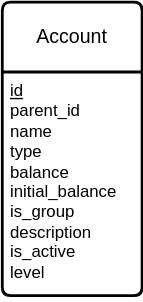
Above: docs/db.drawio.svg in rafinax48/duweet (draw.io), before the change. Source tidied: cells renumbered, new cells last; positions are measured from the earlier drawing's top-left corner, leaving out a move shared by most shapes. Source of this version:
```xml
<mxGraphModel>
  <root>
    <mxCell id="0" />
    <mxCell id="1" parent="0" />
    <mxCell id="2" value="Account" style="swimlane;horizontal=1;startSize=50;rounded=1;fontSize=14;fontStyle=0;strokeWidth=2;shadow=0;dashed=0;align=center;arcSize=4;whiteSpace=wrap;html=1;" parent="1" vertex="1">
      <mxGeometry width="100" height="210" as="geometry" />
    </mxCell>
    <mxCell id="3" value="&lt;u&gt;id&lt;/u&gt;&lt;br&gt;parent_id&lt;br&gt;name&lt;div&gt;type&lt;/div&gt;&lt;div&gt;balance&lt;/div&gt;&lt;div&gt;initial_balance&lt;/div&gt;&lt;div&gt;is_group&lt;/div&gt;&lt;div&gt;description&lt;/div&gt;&lt;div&gt;is_active&lt;/div&gt;&lt;div&gt;level&lt;/div&gt;&lt;div&gt;&lt;br&gt;&lt;/div&gt;" style="align=left;strokeColor=none;fillColor=none;spacingLeft=4;fontSize=12;verticalAlign=top;html=1;" parent="2" vertex="1">
      <mxGeometry y="50" width="100" height="160" as="geometry" />
    </mxCell>
  </root>
</mxGraphModel>
```
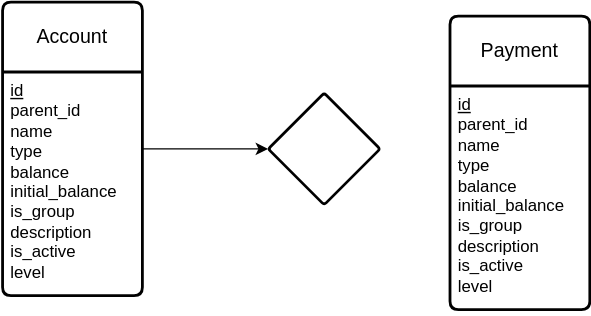
After the commit.

Commit message:
docs: update PRD to clarify user and account management processes

Diff of the diagram source:
```diff
@@ -2,11 +2,23 @@
   <root>
     <mxCell id="0" />
     <mxCell id="1" parent="0" />
+    <mxCell id="4" style="edgeStyle=none;html=1;" parent="1" edge="1" source="2" target="5">
+      <mxGeometry relative="1" as="geometry" />
+    </mxCell>
     <mxCell id="2" value="Account" style="swimlane;horizontal=1;startSize=50;rounded=1;fontSize=14;fontStyle=0;strokeWidth=2;shadow=0;dashed=0;align=center;arcSize=4;whiteSpace=wrap;html=1;" parent="1" vertex="1">
       <mxGeometry width="100" height="210" as="geometry" />
     </mxCell>
     <mxCell id="3" value="&lt;u&gt;id&lt;/u&gt;&lt;br&gt;parent_id&lt;br&gt;name&lt;div&gt;type&lt;/div&gt;&lt;div&gt;balance&lt;/div&gt;&lt;div&gt;initial_balance&lt;/div&gt;&lt;div&gt;is_group&lt;/div&gt;&lt;div&gt;description&lt;/div&gt;&lt;div&gt;is_active&lt;/div&gt;&lt;div&gt;level&lt;/div&gt;&lt;div&gt;&lt;br&gt;&lt;/div&gt;" style="align=left;strokeColor=none;fillColor=none;spacingLeft=4;fontSize=12;verticalAlign=top;html=1;" parent="2" vertex="1">
       <mxGeometry y="50" width="100" height="160" as="geometry" />
     </mxCell>
+    <mxCell id="5" style="rhombus;whiteSpace=wrap;html=1;fontSize=14;fontStyle=0;startSize=50;rounded=1;strokeWidth=2;shadow=0;dashed=0;arcSize=4;" parent="1" vertex="1">
+      <mxGeometry x="190" y="65" width="80" height="80" as="geometry" />
+    </mxCell>
+    <mxCell id="6" value="Payment" style="swimlane;horizontal=1;startSize=50;rounded=1;fontSize=14;fontStyle=0;strokeWidth=2;shadow=0;dashed=0;align=center;arcSize=4;whiteSpace=wrap;html=1;" parent="1" vertex="1">
+      <mxGeometry x="320" y="10" width="100" height="210" as="geometry" />
+    </mxCell>
+    <mxCell id="7" value="&lt;u&gt;id&lt;/u&gt;&lt;br&gt;parent_id&lt;br&gt;name&lt;div&gt;type&lt;/div&gt;&lt;div&gt;balance&lt;/div&gt;&lt;div&gt;initial_balance&lt;/div&gt;&lt;div&gt;is_group&lt;/div&gt;&lt;div&gt;description&lt;/div&gt;&lt;div&gt;is_active&lt;/div&gt;&lt;div&gt;level&lt;/div&gt;&lt;div&gt;&lt;br&gt;&lt;/div&gt;" style="align=left;strokeColor=none;fillColor=none;spacingLeft=4;fontSize=12;verticalAlign=top;html=1;" parent="6" vertex="1">
+      <mxGeometry y="50" width="100" height="160" as="geometry" />
+    </mxCell>
   </root>
 </mxGraphModel>
```
